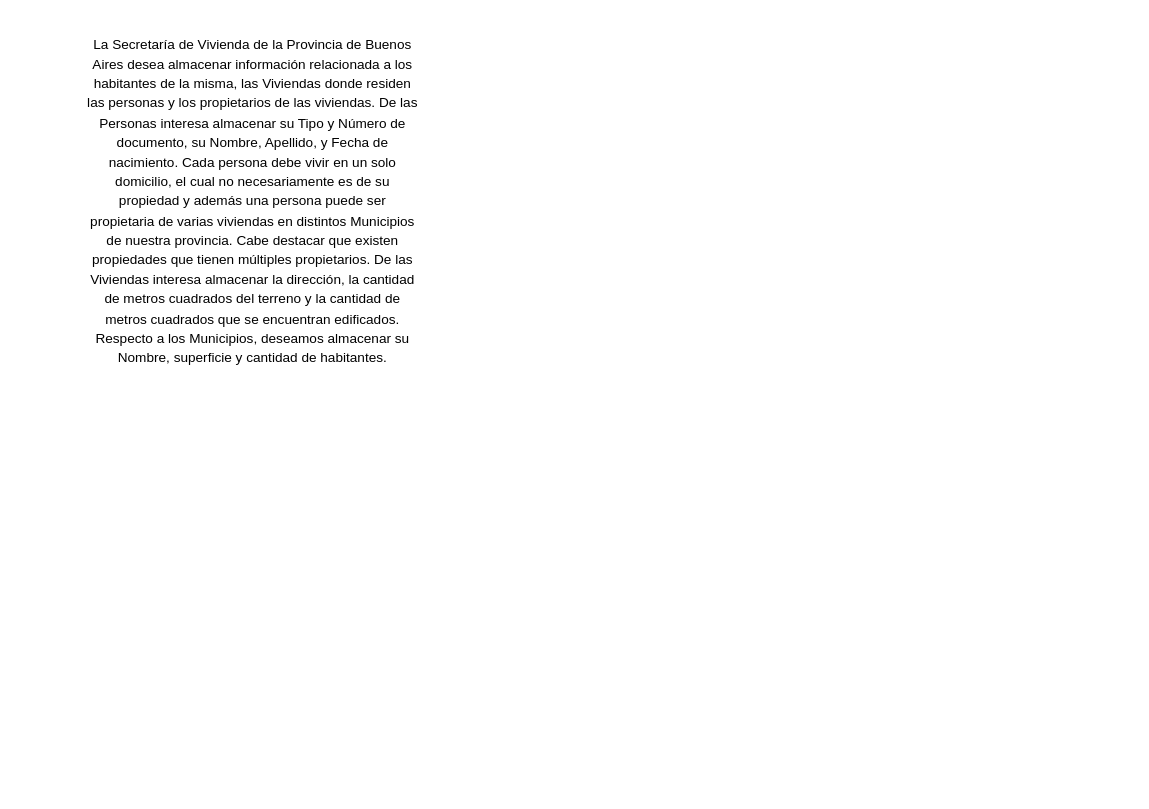
The draw.io diagram EJERCICIO3ViviendasdelaProvincia.drawio in jesicaacosta/PracticasAutocadMedios1, before the edit. Source tidied: cells renumbered, new cells numbered last; positions are measured from the earlier drawing's top-left corner, leaving out a move shared by most shapes. Both pictures are drawn from the tidied source at 136%, with x=0, y=0 at pixel (84, 23).
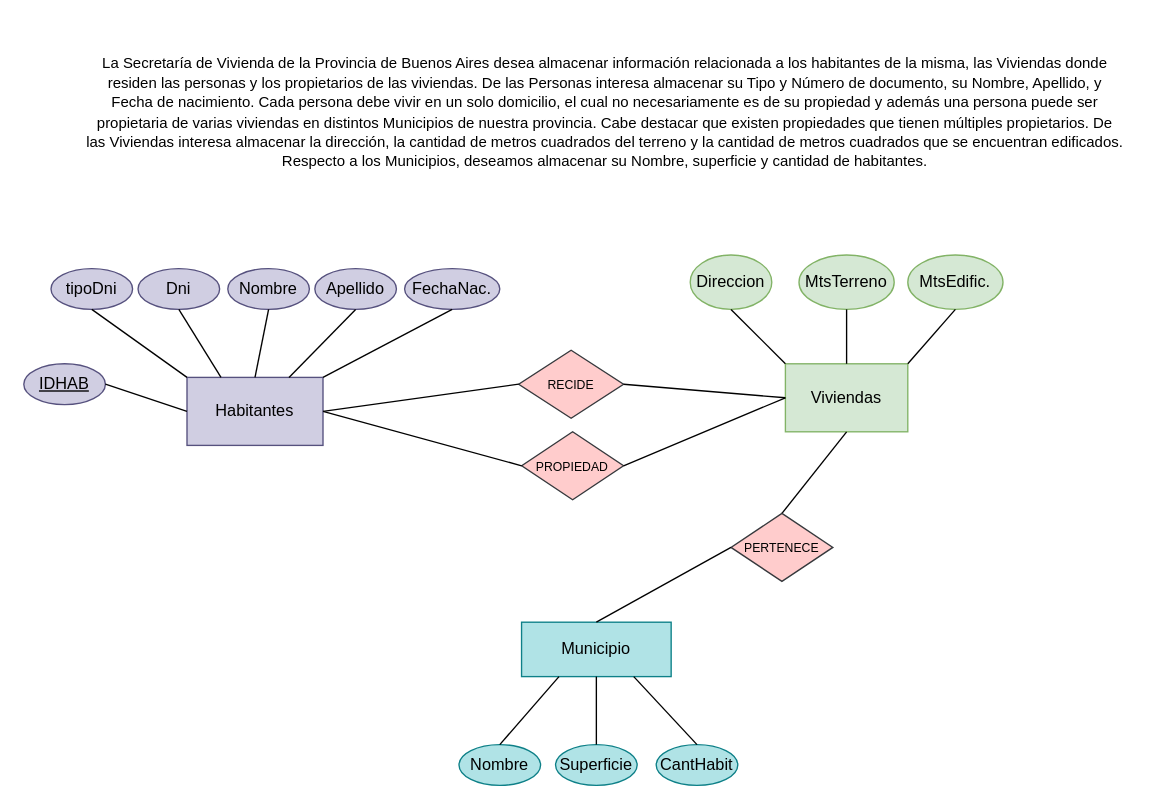
The same page after the edit.

The edit, as a diff of the source:
```diff
@@
-    <mxCell id="2" value="&lt;font style=&quot;font-size: 10px;&quot;&gt;La Secretaría de Vivienda de la Provincia de Buenos Aires desea almacenar información relacionada a los habitantes de la misma, las Viviendas donde residen las personas y los propietarios de las viviendas. De las Personas interesa almacenar su Tipo y Número de documento, su Nombre, Apellido, y Fecha de nacimiento. Cada persona debe vivir en un solo domicilio, el cual no necesariamente es de su propiedad y además una persona puede ser propietaria de varias viviendas en distintos Municipios de nuestra provincia. Cabe destacar que existen propiedades que tienen múltiples propietarios. De las Viviendas interesa almacenar la dirección, la cantidad de metros cuadrados del terreno y la cantidad de metros cuadrados que se encuentran edificados. Respecto a los Municipios, deseamos almacenar su Nombre, superficie y cantidad de habitantes.&lt;/font&gt;" style="text;html=1;align=center;verticalAlign=middle;whiteSpace=wrap;rounded=0;" parent="1" vertex="1">
-      <mxGeometry width="247" height="260" as="geometry" />
+    <mxCell id="2" value="&lt;font style=&quot;font-size: 11px;&quot;&gt;La Secretaría de Vivienda de la Provincia de Buenos Aires desea almacenar información relacionada a los habitantes de la misma, las Viviendas donde residen las personas y los propietarios de las viviendas. De las Personas interesa almacenar su Tipo y Número de documento, su Nombre, Apellido, y Fecha de nacimiento. Cada persona debe vivir en un solo domicilio, el cual no necesariamente es de su propiedad y además una persona puede ser propietaria de varias viviendas en distintos Municipios de nuestra provincia. Cabe destacar que existen propiedades que tienen múltiples propietarios. De las Viviendas interesa almacenar la dirección, la cantidad de metros cuadrados del terreno y la cantidad de metros cuadrados que se encuentran edificados. Respecto a los Municipios, deseamos almacenar su Nombre, superficie y cantidad de habitantes.&lt;/font&gt;" style="text;html=1;align=center;verticalAlign=middle;whiteSpace=wrap;rounded=0;" parent="1" vertex="1">
+      <mxGeometry width="765" height="130" as="geometry" />
     </mxCell>
+    <mxCell id="3" value="Direccion" style="ellipse;whiteSpace=wrap;html=1;fillColor=#d5e8d4;strokeColor=#82b366;" parent="1" vertex="1">
+      <mxGeometry x="445" y="170" width="60" height="40" as="geometry" />
+    </mxCell>
+    <mxCell id="4" value="Viviendas" style="rounded=0;whiteSpace=wrap;html=1;fillColor=#d5e8d4;strokeColor=#82b366;" parent="1" vertex="1">
+      <mxGeometry x="515" y="250" width="90" height="50" as="geometry" />
+    </mxCell>
+    <mxCell id="5" value="MtsTerreno" style="ellipse;whiteSpace=wrap;html=1;fillColor=#d5e8d4;strokeColor=#82b366;" parent="1" vertex="1">
+      <mxGeometry x="525" y="170" width="70" height="40" as="geometry" />
+    </mxCell>
+    <mxCell id="6" value="tipoDni" style="ellipse;whiteSpace=wrap;html=1;fillColor=#d0cee2;strokeColor=#56517e;" parent="1" vertex="1">
+      <mxGeometry x="-25" y="180" width="60" height="30" as="geometry" />
+    </mxCell>
+    <mxCell id="7" value="Habitantes" style="rounded=0;whiteSpace=wrap;html=1;fillColor=#d0cee2;strokeColor=#56517e;" parent="1" vertex="1">
+      <mxGeometry x="75" y="260" width="100" height="50" as="geometry" />
+    </mxCell>
+    <mxCell id="8" value="Dni" style="ellipse;whiteSpace=wrap;html=1;fillColor=#d0cee2;strokeColor=#56517e;" parent="1" vertex="1">
+      <mxGeometry x="39" y="180" width="60" height="30" as="geometry" />
+    </mxCell>
+    <mxCell id="9" value="Nombre" style="ellipse;whiteSpace=wrap;html=1;fillColor=#d0cee2;strokeColor=#56517e;" parent="1" vertex="1">
+      <mxGeometry x="105" y="180" width="60" height="30" as="geometry" />
+    </mxCell>
+    <mxCell id="10" value="Apellido" style="ellipse;whiteSpace=wrap;html=1;fillColor=#d0cee2;strokeColor=#56517e;" parent="1" vertex="1">
+      <mxGeometry x="169" y="180" width="60" height="30" as="geometry" />
+    </mxCell>
+    <mxCell id="11" value="FechaNac." style="ellipse;whiteSpace=wrap;html=1;fillColor=#d0cee2;strokeColor=#56517e;" parent="1" vertex="1">
+      <mxGeometry x="235" y="180" width="70" height="30" as="geometry" />
+    </mxCell>
+    <mxCell id="12" value="MtsEdific." style="ellipse;whiteSpace=wrap;html=1;fillColor=#d5e8d4;strokeColor=#82b366;" parent="1" vertex="1">
+      <mxGeometry x="605" y="170" width="70" height="40" as="geometry" />
+    </mxCell>
+    <mxCell id="13" value="Municipio" style="rounded=0;whiteSpace=wrap;html=1;fillColor=#b0e3e6;strokeColor=#0e8088;" parent="1" vertex="1">
+      <mxGeometry x="321" y="440" width="110" height="40" as="geometry" />
+    </mxCell>
+    <mxCell id="14" value="Nombre" style="ellipse;whiteSpace=wrap;html=1;fillColor=#b0e3e6;strokeColor=#0e8088;" parent="1" vertex="1">
+      <mxGeometry x="275" y="530" width="60" height="30" as="geometry" />
+    </mxCell>
+    <mxCell id="15" value="Superficie" style="ellipse;whiteSpace=wrap;html=1;fillColor=#b0e3e6;strokeColor=#0e8088;" parent="1" vertex="1">
+      <mxGeometry x="346" y="530" width="60" height="30" as="geometry" />
+    </mxCell>
+    <mxCell id="16" value="CantHabit" style="ellipse;whiteSpace=wrap;html=1;fillColor=#b0e3e6;strokeColor=#0e8088;" parent="1" vertex="1">
+      <mxGeometry x="420" y="530" width="60" height="30" as="geometry" />
+    </mxCell>
+    <mxCell id="17" value="&lt;font style=&quot;font-size: 9px;&quot;&gt;PROPIEDAD&lt;/font&gt;" style="rhombus;whiteSpace=wrap;html=1;fillColor=#ffcccc;strokeColor=#36393d;" parent="1" vertex="1">
+      <mxGeometry x="321.1" y="300" width="74.9" height="50" as="geometry" />
+    </mxCell>
+    <mxCell id="18" value="&lt;font style=&quot;font-size: 9px;&quot;&gt;RECIDE&lt;/font&gt;" style="rhombus;whiteSpace=wrap;html=1;fillColor=#ffcccc;strokeColor=#36393d;" parent="1" vertex="1">
+      <mxGeometry x="318.9" y="240" width="77.1" height="50" as="geometry" />
+    </mxCell>
+    <mxCell id="19" style="endArrow=none;html=1;rounded=0;entryX=0;entryY=0.5;entryDx=0;entryDy=0;exitX=1;exitY=0.5;exitDx=0;exitDy=0;" parent="1" edge="1" source="7" target="18">
+      <mxGeometry relative="1" as="geometry" />
+    </mxCell>
+    <mxCell id="20" style="endArrow=none;html=1;rounded=0;entryX=0;entryY=0.5;entryDx=0;entryDy=0;exitX=1;exitY=0.5;exitDx=0;exitDy=0;" parent="1" edge="1" source="7" target="17">
+      <mxGeometry relative="1" as="geometry" />
+    </mxCell>
+    <mxCell id="21" style="endArrow=none;html=1;rounded=0;entryX=0;entryY=0.5;entryDx=0;entryDy=0;exitX=1;exitY=0.5;exitDx=0;exitDy=0;" parent="1" edge="1" source="18" target="4">
+      <mxGeometry relative="1" as="geometry" />
+    </mxCell>
+    <mxCell id="22" style="endArrow=none;html=1;rounded=0;entryX=0;entryY=0.5;entryDx=0;entryDy=0;exitX=1;exitY=0.5;exitDx=0;exitDy=0;" parent="1" edge="1" source="17" target="4">
+      <mxGeometry relative="1" as="geometry" />
+    </mxCell>
+    <mxCell id="23" style="endArrow=none;html=1;rounded=0;entryX=0.5;entryY=1;entryDx=0;entryDy=0;exitX=0;exitY=0;exitDx=0;exitDy=0;" parent="1" edge="1" source="7" target="6">
+      <mxGeometry relative="1" as="geometry" />
+    </mxCell>
+    <mxCell id="24" style="endArrow=none;html=1;rounded=0;entryX=0.5;entryY=1;entryDx=0;entryDy=0;exitX=0.25;exitY=0;exitDx=0;exitDy=0;" parent="1" edge="1" source="7" target="8">
+      <mxGeometry relative="1" as="geometry" />
+    </mxCell>
+    <mxCell id="25" style="endArrow=none;html=1;rounded=0;entryX=0.5;entryY=1;entryDx=0;entryDy=0;exitX=0.5;exitY=0;exitDx=0;exitDy=0;" parent="1" edge="1" source="7" target="9">
+      <mxGeometry relative="1" as="geometry" />
+    </mxCell>
+    <mxCell id="26" style="endArrow=none;html=1;rounded=0;entryX=0.5;entryY=1;entryDx=0;entryDy=0;exitX=0.75;exitY=0;exitDx=0;exitDy=0;" parent="1" edge="1" source="7" target="10">
+      <mxGeometry relative="1" as="geometry" />
+    </mxCell>
+    <mxCell id="27" style="endArrow=none;html=1;rounded=0;entryX=0.5;entryY=1;entryDx=0;entryDy=0;exitX=1;exitY=0;exitDx=0;exitDy=0;" parent="1" edge="1" source="7" target="11">
+      <mxGeometry relative="1" as="geometry" />
+    </mxCell>
+    <mxCell id="28" style="endArrow=none;html=1;rounded=0;entryX=0.5;entryY=1;entryDx=0;entryDy=0;exitX=0;exitY=0;exitDx=0;exitDy=0;" parent="1" edge="1" source="4" target="3">
+      <mxGeometry relative="1" as="geometry" />
+    </mxCell>
+    <mxCell id="29" style="endArrow=none;html=1;rounded=0;entryX=0.5;entryY=1;entryDx=0;entryDy=0;exitX=0.5;exitY=0;exitDx=0;exitDy=0;" parent="1" edge="1" source="4" target="5">
+      <mxGeometry relative="1" as="geometry" />
+    </mxCell>
+    <mxCell id="30" style="endArrow=none;html=1;rounded=0;entryX=0.5;entryY=1;entryDx=0;entryDy=0;exitX=1;exitY=0;exitDx=0;exitDy=0;" parent="1" edge="1" source="4" target="12">
+      <mxGeometry relative="1" as="geometry" />
+    </mxCell>
+    <mxCell id="31" style="endArrow=none;html=1;rounded=0;entryX=0.25;entryY=1;entryDx=0;entryDy=0;exitX=0.5;exitY=0;exitDx=0;exitDy=0;" parent="1" edge="1" source="14" target="13">
+      <mxGeometry relative="1" as="geometry" />
+    </mxCell>
+    <mxCell id="32" style="endArrow=none;html=1;rounded=0;entryX=0.5;entryY=1;entryDx=0;entryDy=0;exitX=0.5;exitY=0;exitDx=0;exitDy=0;" parent="1" edge="1" source="15" target="13">
+      <mxGeometry relative="1" as="geometry" />
+    </mxCell>
+    <mxCell id="33" style="endArrow=none;html=1;rounded=0;entryX=0.75;entryY=1;entryDx=0;entryDy=0;exitX=0.5;exitY=0;exitDx=0;exitDy=0;" parent="1" edge="1" source="16" target="13">
+      <mxGeometry relative="1" as="geometry" />
+    </mxCell>
+    <mxCell id="34" style="endArrow=none;html=1;rounded=0;entryX=0.5;entryY=1;entryDx=0;entryDy=0;exitX=0.5;exitY=0;exitDx=0;exitDy=0;" parent="1" edge="1" source="35" target="4">
+      <mxGeometry relative="1" as="geometry" />
+    </mxCell>
+    <mxCell id="35" value="&lt;font style=&quot;font-size: 9px;&quot;&gt;PERTENECE&lt;/font&gt;" style="rhombus;whiteSpace=wrap;html=1;fillColor=#ffcccc;strokeColor=#36393d;" parent="1" vertex="1">
+      <mxGeometry x="475" y="360" width="74.9" height="50" as="geometry" />
+    </mxCell>
+    <mxCell id="36" style="endArrow=none;html=1;rounded=0;entryX=0;entryY=0.5;entryDx=0;entryDy=0;exitX=0.5;exitY=0;exitDx=0;exitDy=0;" parent="1" edge="1" source="13" target="35">
+      <mxGeometry relative="1" as="geometry" />
+    </mxCell>
+    <mxCell id="37" value="&lt;u&gt;IDHAB&lt;/u&gt;" style="ellipse;whiteSpace=wrap;html=1;fillColor=#d0cee2;strokeColor=#56517e;" parent="1" vertex="1">
+      <mxGeometry x="-45" y="250" width="60" height="30" as="geometry" />
+    </mxCell>
+    <mxCell id="38" style="endArrow=none;html=1;rounded=0;exitX=0;exitY=0.5;exitDx=0;exitDy=0;entryX=1;entryY=0.5;entryDx=0;entryDy=0;" parent="1" edge="1" source="7" target="37">
+      <mxGeometry relative="1" as="geometry" />
+    </mxCell>
```
